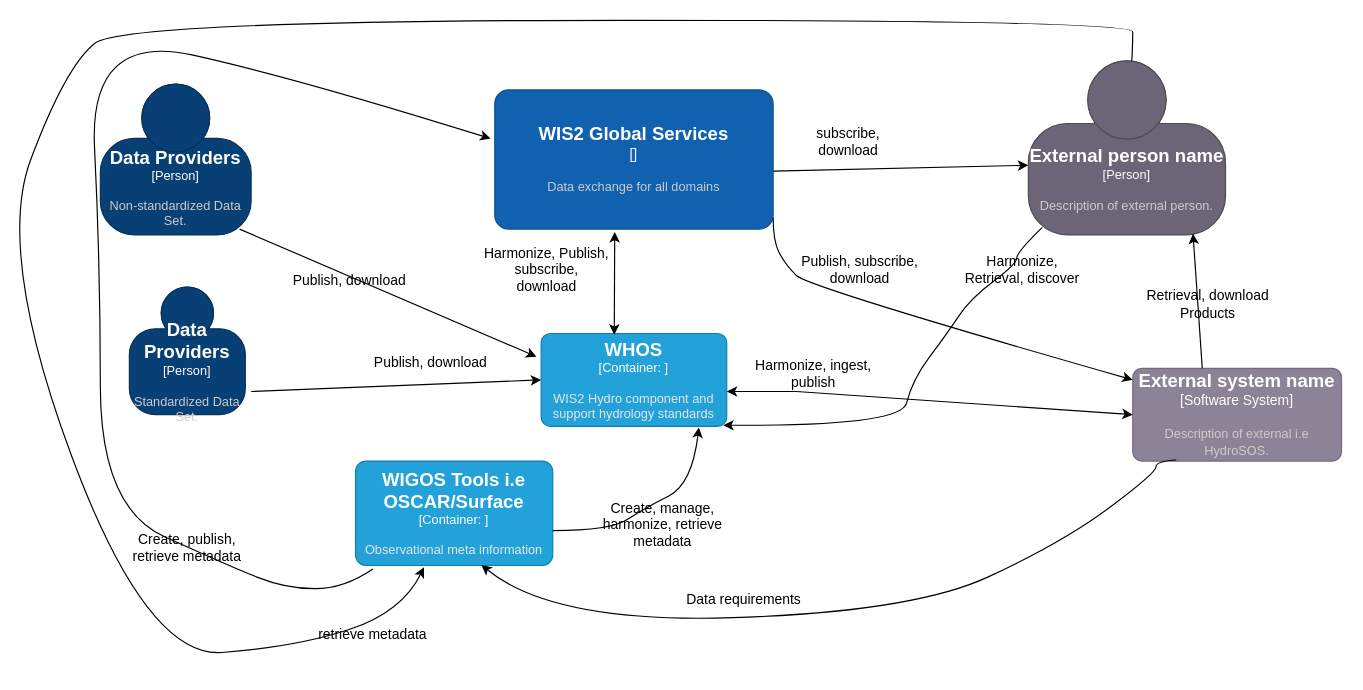
Before: page "Basic WHOS Hydrology Data Exchange and Interoperability" (4 of 4) of whos-architecture/WHOS New.drawio in wmo-im/tt-w4h, a draw.io diagram. Source tidied: cells renumbered, new cells numbered last; positions are measured from the earlier drawing's top-left corner, leaving out a move shared by most shapes. Both pictures are drawn from the tidied source at 116%, with x=0, y=0 at pixel (-5, 20).
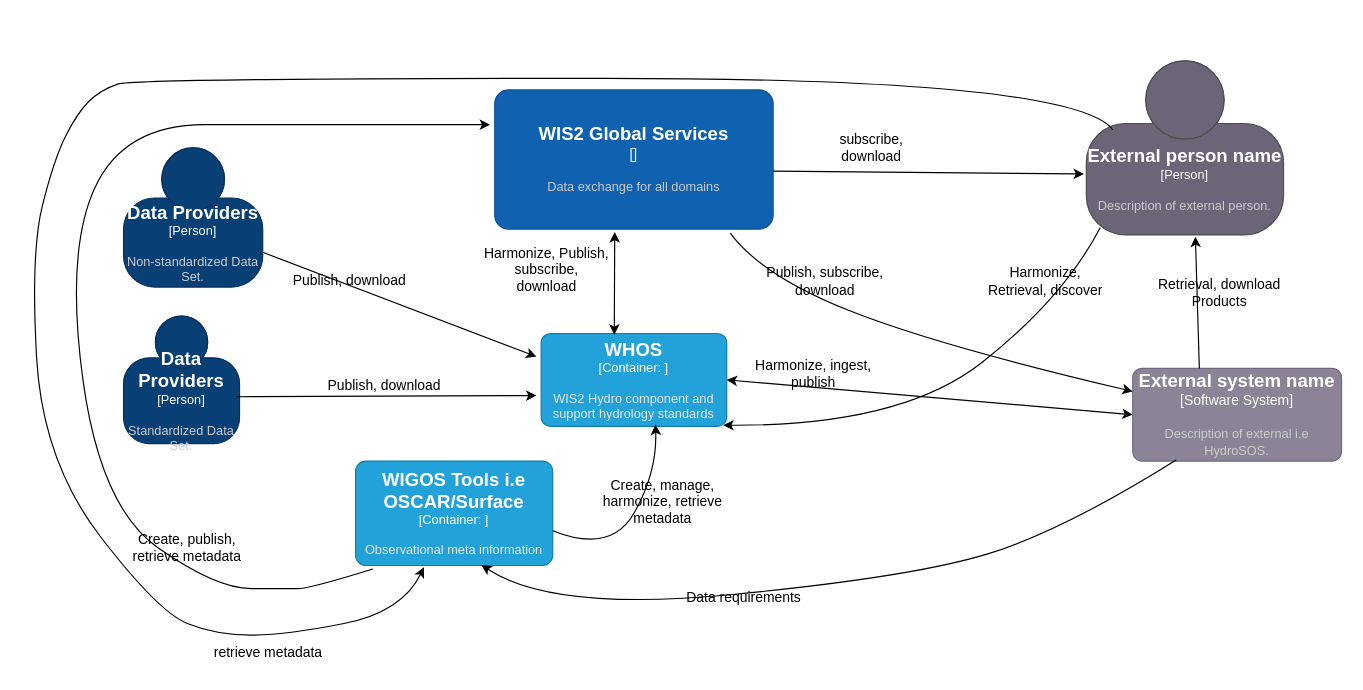
The same diagram, later.

The change refers to these unchanged cells:
```xml
<object id="4" label="&lt;font style=&quot;font-size: 16px&quot;&gt;&lt;b&gt;%c4Name%&lt;/b&gt;&lt;/font&gt;&lt;div&gt;[%c4Type%: %c4Technology%]&lt;/div&gt;&lt;br&gt;&lt;div&gt;&lt;font style=&quot;font-size: 11px&quot;&gt;&lt;font color=&quot;#E6E6E6&quot;&gt;%c4Description%&lt;/font&gt;&lt;/div&gt;" c4Description="WIS2 Hydro component and support hydrology standards" c4Name="WHOS" c4Technology="" c4Type="Container" placeholders="1">
  <mxCell style="rounded=1;whiteSpace=wrap;html=1;fontSize=11;labelBackgroundColor=none;fillColor=#23A2D9;fontColor=#ffffff;align=center;arcSize=10;strokeColor=#0E7DAD;points=[[0.25,0,0],[0.5,0,0],[0.75,0,0],[1,0.25,0],[1,0.5,0],[1,0.75,0],[0.75,1,0],[0.5,1,0],[0.25,1,0],[0,0.75,0],[0,0.5,0],[0,0.25,0]];" parent="1" vertex="1">
    <mxGeometry x="470" y="270" width="160" height="80" as="geometry" />
  </mxCell>
</object>
<object id="5" label="&lt;font style=&quot;font-size: 16px&quot;&gt;&lt;b&gt;%c4Name%&lt;/b&gt;&lt;/font&gt;&lt;div&gt;[%c4Type%]&lt;/div&gt;&lt;br&gt;&lt;div&gt;&lt;font style=&quot;font-size: 11px&quot;&gt;&lt;font color=&quot;#cccccc&quot;&gt;%c4Description%&lt;/font&gt;&lt;/div&gt;" c4Description="Data exchange for all domains" c4Name="WIS2 Global Services" c4Type="" placeholders="1">
  <mxCell style="rounded=1;whiteSpace=wrap;html=1;labelBackgroundColor=none;fillColor=#1061B0;fontColor=#ffffff;align=center;arcSize=10;strokeColor=#0D5091;points=[[0.25,0,0],[0.5,0,0],[0.75,0,0],[1,0.25,0],[1,0.5,0],[1,0.75,0],[0.75,1,0],[0.5,1,0],[0.25,1,0],[0,0.75,0],[0,0.5,0],[0,0.25,0]];" parent="1" vertex="1">
    <mxGeometry x="430" y="60" width="240" height="120" as="geometry" />
  </mxCell>
</object>
<object id="8" label="&lt;font style=&quot;font-size: 16px&quot;&gt;&lt;b&gt;%c4Name%&lt;/b&gt;&lt;/font&gt;&lt;div&gt;[%c4Type%]&lt;/div&gt;&lt;br&gt;&lt;div&gt;&lt;font style=&quot;font-size: 11px&quot;&gt;&lt;font color=&quot;#cccccc&quot;&gt;%c4Description%&lt;/font&gt;&lt;/div&gt;" c4Description="Description of external i.e HydroSOS." c4Name="External system name" c4Type="Software System" placeholders="1">
  <mxCell style="rounded=1;whiteSpace=wrap;html=1;labelBackgroundColor=none;fillColor=#8C8496;fontColor=#ffffff;align=center;arcSize=10;strokeColor=#736782;points=[[0.25,0,0],[0.5,0,0],[0.75,0,0],[1,0.25,0],[1,0.5,0],[1,0.75,0],[0.75,1,0],[0.5,1,0],[0.25,1,0],[0,0.75,0],[0,0.5,0],[0,0.25,0]];" parent="1" vertex="1">
    <mxGeometry x="980" y="300" width="180" height="80" as="geometry" />
  </mxCell>
</object>
<object id="21" label="&lt;font style=&quot;font-size: 16px&quot;&gt;&lt;b&gt;%c4Name%&lt;/b&gt;&lt;/font&gt;&lt;div&gt;[%c4Type%: %c4Technology%]&lt;/div&gt;&lt;br&gt;&lt;div&gt;&lt;font style=&quot;font-size: 11px&quot;&gt;&lt;font color=&quot;#E6E6E6&quot;&gt;%c4Description%&lt;/font&gt;&lt;/div&gt;" c4Description="Observational meta information" c4Name="WIGOS Tools i.e OSCAR/Surface" c4Technology="" c4Type="Container" placeholders="1">
  <mxCell style="rounded=1;whiteSpace=wrap;html=1;fontSize=11;labelBackgroundColor=none;fillColor=#23A2D9;fontColor=#ffffff;align=center;arcSize=10;strokeColor=#0E7DAD;points=[[0.25,0,0],[0.5,0,0],[0.75,0,0],[1,0.25,0],[1,0.5,0],[1,0.75,0],[0.75,1,0],[0.5,1,0],[0.25,1,0],[0,0.75,0],[0,0.5,0],[0,0.25,0]];" parent="1" vertex="1">
    <mxGeometry x="310" y="380" width="170" height="90" as="geometry" />
  </mxCell>
</object>
```

Diff of the diagram source:
```diff
@@
     <object id="2" label="&lt;font style=&quot;font-size: 16px&quot;&gt;&lt;b&gt;%c4Name%&lt;/b&gt;&lt;/font&gt;&lt;div&gt;[%c4Type%]&lt;/div&gt;&lt;br&gt;&lt;div&gt;&lt;font style=&quot;font-size: 11px&quot;&gt;&lt;font color=&quot;#cccccc&quot;&gt;%c4Description%&lt;/font&gt;&lt;/div&gt;" c4Description="Standardized Data Set." c4Name="Data Providers" c4Type="Person" placeholders="1">
       <mxCell style="html=1;fontSize=11;dashed=0;whiteSpace=wrap;fillColor=#083F75;strokeColor=#06315C;fontColor=#ffffff;shape=mxgraph.c4.person2;align=center;points=[[0.5,0,0],[1,0.5,0],[1,0.75,0],[0.75,1,0],[0.5,1,0],[0.25,1,0],[0,0.75,0],[0,0.5,0]];" parent="1" vertex="1">
-        <mxGeometry x="115" y="230" width="100" height="110" as="geometry" />
+        <mxGeometry x="110" y="255" width="100" height="110" as="geometry" />
       </mxCell>
     </object>
     <object id="3" label="&lt;font style=&quot;font-size: 16px&quot;&gt;&lt;b&gt;%c4Name%&lt;/b&gt;&lt;/font&gt;&lt;div&gt;[%c4Type%]&lt;/div&gt;&lt;br&gt;&lt;div&gt;&lt;font style=&quot;font-size: 11px&quot;&gt;&lt;font color=&quot;#cccccc&quot;&gt;%c4Description%&lt;/font&gt;&lt;/div&gt;" c4Description="Non-standardized  Data Set." c4Name="Data Providers" c4Type="Person" placeholders="1">
       <mxCell style="html=1;fontSize=11;dashed=0;whiteSpace=wrap;fillColor=#083F75;strokeColor=#06315C;fontColor=#ffffff;shape=mxgraph.c4.person2;align=center;points=[[0.5,0,0],[1,0.5,0],[1,0.75,0],[0.75,1,0],[0.5,1,0],[0.25,1,0],[0,0.75,0],[0,0.5,0]];" parent="1" vertex="1">
-        <mxGeometry x="90" y="55" width="130" height="130" as="geometry" />
+        <mxGeometry x="110" y="110" width="120" height="120" as="geometry" />
       </mxCell>
     </object>
@@
-    <mxCell id="6" style="endArrow=classic;html=1;rounded=0;entryX=-0.003;entryY=0.6;entryDx=0;entryDy=0;entryPerimeter=0;" parent="1" edge="1">
-      <mxGeometry relative="1" as="geometry">
-        <mxPoint x="220" y="320" as="sourcePoint" />
-        <mxPoint x="470" y="310" as="targetPoint" />
-      </mxGeometry>
+    <mxCell id="6" style="endArrow=classic;html=1;rounded=0;entryX=-0.025;entryY=0.669;entryDx=0;entryDy=0;entryPerimeter=0;exitX=0.975;exitY=0.632;exitDx=0;exitDy=0;exitPerimeter=0;" parent="1" edge="1" source="2" target="4">
+      <mxGeometry relative="1" as="geometry" />
     </mxCell>
     <object id="7" label="&lt;font style=&quot;font-size: 16px&quot;&gt;&lt;b&gt;%c4Name%&lt;/b&gt;&lt;/font&gt;&lt;div&gt;[%c4Type%]&lt;/div&gt;&lt;br&gt;&lt;div&gt;&lt;font style=&quot;font-size: 11px&quot;&gt;&lt;font color=&quot;#cccccc&quot;&gt;%c4Description%&lt;/font&gt;&lt;/div&gt;" c4Description="Description of external person." c4Name="External person name" c4Type="Person" placeholders="1">
       <mxCell style="html=1;fontSize=11;dashed=0;whiteSpace=wrap;fillColor=#6C6477;strokeColor=#4D4D4D;fontColor=#ffffff;shape=mxgraph.c4.person2;align=center;points=[[0.5,0,0],[1,0.5,0],[1,0.75,0],[0.75,1,0],[0.5,1,0],[0.25,1,0],[0,0.75,0],[0,0.5,0]];" parent="1" vertex="1">
-        <mxGeometry x="890" y="35" width="170" height="150" as="geometry" />
+        <mxGeometry x="940" y="35" width="170" height="150" as="geometry" />
       </mxCell>
     </object>
@@
-    <mxCell id="10" style="endArrow=classic;html=1;rounded=0;entryX=0;entryY=0.6;entryDx=0;entryDy=0;entryPerimeter=0;" parent="1" edge="1" target="7">
+    <mxCell id="10" style="endArrow=classic;html=1;rounded=0;entryX=-0.012;entryY=0.65;entryDx=0;entryDy=0;entryPerimeter=0;" parent="1" edge="1" target="7">
       <mxGeometry relative="1" as="geometry">
         <mxPoint x="670" y="130" as="sourcePoint" />
       </mxGeometry>
     </mxCell>
-    <mxCell id="11" style="endArrow=classic;startArrow=classic;html=1;rounded=0;entryX=0;entryY=0.5;entryDx=0;entryDy=0;entryPerimeter=0;" parent="1" edge="1" target="8">
-      <mxGeometry relative="1" as="geometry">
-        <mxPoint x="630" y="320" as="sourcePoint" />
-        <Array as="points">
-          <mxPoint x="690" y="320" />
-        </Array>
-      </mxGeometry>
+    <mxCell id="11" style="endArrow=classic;startArrow=classic;html=1;rounded=0;entryX=0;entryY=0.5;entryDx=0;entryDy=0;entryPerimeter=0;exitX=1;exitY=0.5;exitDx=0;exitDy=0;exitPerimeter=0;" parent="1" edge="1" source="4" target="8">
+      <mxGeometry relative="1" as="geometry" />
     </mxCell>
-    <mxCell id="12" style="curved=1;endArrow=classic;html=1;rounded=0;entryX=0;entryY=0.125;entryDx=0;entryDy=0;entryPerimeter=0;" parent="1" edge="1" target="8">
+    <mxCell id="12" style="curved=1;endArrow=classic;html=1;rounded=0;entryX=0;entryY=0.25;entryDx=0;entryDy=0;entryPerimeter=0;exitX=0.846;exitY=1.029;exitDx=0;exitDy=0;exitPerimeter=0;" parent="1" edge="1" source="5" target="8">
       <mxGeometry relative="1" as="geometry">
-        <mxPoint x="670" y="170" as="sourcePoint" />
         <Array as="points">
-          <mxPoint x="670" y="190" />
-          <mxPoint x="680" y="210" />
-          <mxPoint x="700" y="230" />
+          <mxPoint x="660" y="220" />
+          <mxPoint x="810" y="280" />
         </Array>
       </mxGeometry>
     </mxCell>
     <mxCell id="13" style="curved=1;endArrow=classic;html=1;rounded=0;entryX=0.981;entryY=0.988;entryDx=0;entryDy=0;entryPerimeter=0;exitX=0.071;exitY=0.957;exitDx=0;exitDy=0;exitPerimeter=0;" parent="1" edge="1" source="7" target="4">
       <mxGeometry relative="1" as="geometry">
         <Array as="points">
-          <mxPoint x="880" y="200" />
-          <mxPoint x="880" y="210" />
-          <mxPoint x="840" y="240" />
-          <mxPoint x="820" y="270" />
-          <mxPoint x="790" y="310" />
+          <mxPoint x="920" y="240" />
           <mxPoint x="780" y="350" />
         </Array>
       </mxGeometry>
     </mxCell>
     <mxCell id="14" value="Publish, download" style="text;html=1;whiteSpace=wrap;strokeColor=none;fillColor=none;align=center;verticalAlign=middle;rounded=0;" parent="1" vertex="1">
-      <mxGeometry x="320" y="280" width="110" height="30" as="geometry" />
+      <mxGeometry x="280" y="300" width="110" height="30" as="geometry" />
     </mxCell>
@@
     <mxCell id="17" value="Publish, subscribe, download" style="text;html=1;whiteSpace=wrap;strokeColor=none;fillColor=none;align=center;verticalAlign=middle;rounded=0;" parent="1" vertex="1">
-      <mxGeometry x="690" y="200" width="110" height="30" as="geometry" />
+      <mxGeometry x="660" y="210" width="110" height="30" as="geometry" />
     </mxCell>
     <mxCell id="18" value="subscribe, download" style="text;html=1;whiteSpace=wrap;strokeColor=none;fillColor=none;align=center;verticalAlign=middle;rounded=0;" parent="1" vertex="1">
-      <mxGeometry x="680" y="90" width="110" height="30" as="geometry" />
+      <mxGeometry x="700" y="95" width="110" height="30" as="geometry" />
     </mxCell>
     <mxCell id="19" value="Retrieval, download Products" style="text;html=1;whiteSpace=wrap;strokeColor=none;fillColor=none;align=center;verticalAlign=middle;rounded=0;" parent="1" vertex="1">
-      <mxGeometry x="990" y="230" width="110" height="30" as="geometry" />
+      <mxGeometry x="1000" y="220" width="110" height="30" as="geometry" />
     </mxCell>
     <mxCell id="20" value="Harmonize, Retrieval, discover" style="text;html=1;whiteSpace=wrap;strokeColor=none;fillColor=none;align=center;verticalAlign=middle;rounded=0;" parent="1" vertex="1">
-      <mxGeometry x="830" y="200" width="110" height="30" as="geometry" />
+      <mxGeometry x="850" y="210" width="110" height="30" as="geometry" />
     </mxCell>
@@
-    <mxCell id="22" style="curved=1;endArrow=classic;html=1;rounded=0;entryX=0.85;entryY=1.013;entryDx=0;entryDy=0;entryPerimeter=0;" parent="1" edge="1" target="4">
+    <mxCell id="22" style="curved=1;endArrow=classic;html=1;rounded=0;entryX=0.616;entryY=0.981;entryDx=0;entryDy=0;entryPerimeter=0;" parent="1" edge="1" target="4">
       <mxGeometry relative="1" as="geometry">
         <mxPoint x="480" y="440" as="sourcePoint" />
         <Array as="points">
-          <mxPoint x="530" y="440" />
-          <mxPoint x="560" y="420" />
-          <mxPoint x="600" y="400" />
+          <mxPoint x="530" y="460" />
+          <mxPoint x="570" y="390" />
         </Array>
       </mxGeometry>
     </mxCell>
     <mxCell id="23" value="Create, manage, harmonize, retrieve metadata" style="text;html=1;whiteSpace=wrap;strokeColor=none;fillColor=none;align=center;verticalAlign=middle;rounded=0;" parent="1" vertex="1">
-      <mxGeometry x="520" y="420" width="110" height="30" as="geometry" />
+      <mxGeometry x="520" y="400" width="110" height="30" as="geometry" />
     </mxCell>
-    <mxCell id="24" style="curved=1;endArrow=classic;html=1;rounded=0;exitX=0.088;exitY=1.033;exitDx=0;exitDy=0;exitPerimeter=0;entryX=-0.015;entryY=0.35;entryDx=0;entryDy=0;entryPerimeter=0;" parent="1" edge="1" source="21" target="5">
+    <mxCell id="24" style="curved=1;endArrow=classic;html=1;rounded=0;exitX=0.088;exitY=1.033;exitDx=0;exitDy=0;exitPerimeter=0;" parent="1" edge="1" source="21">
       <mxGeometry relative="1" as="geometry">
+        <mxPoint x="426" y="90" as="targetPoint" />
         <Array as="points">
-          <mxPoint x="300" y="490" />
+          <mxPoint x="270" y="490" />
           <mxPoint x="250" y="490" />
-          <mxPoint x="200" y="470" />
+          <mxPoint x="190" y="490" />
           <mxPoint x="90" y="420" />
-          <mxPoint x="90" y="210" />
-          <mxPoint x="80" y="10" />
-          <mxPoint x="260" y="50" />
+          <mxPoint x="60" y="200" />
+          <mxPoint x="110" y="90" />
+          <mxPoint x="250" y="90" />
         </Array>
       </mxGeometry>
     </mxCell>
@@
     <mxCell id="26" style="curved=1;endArrow=classic;html=1;rounded=0;entryX=0.638;entryY=0.994;entryDx=0;entryDy=0;entryPerimeter=0;exitX=0.208;exitY=0.988;exitDx=0;exitDy=0;exitPerimeter=0;" parent="1" edge="1" source="8" target="21">
       <mxGeometry relative="1" as="geometry">
         <Array as="points">
-          <mxPoint x="1000" y="380" />
-          <mxPoint x="1000" y="390" />
-          <mxPoint x="920" y="450" />
-          <mxPoint x="790" y="510" />
-          <mxPoint x="480" y="520" />
+          <mxPoint x="920" y="440" />
+          <mxPoint x="790" y="480" />
+          <mxPoint x="480" y="510" />
         </Array>
       </mxGeometry>
     </mxCell>
-    <mxCell id="27" style="curved=1;endArrow=classic;html=1;rounded=0;entryX=0.347;entryY=1.017;entryDx=0;entryDy=0;entryPerimeter=0;" parent="1" edge="1" source="7" target="21">
+    <mxCell id="27" style="curved=1;endArrow=classic;html=1;rounded=0;entryX=0.347;entryY=1.017;entryDx=0;entryDy=0;entryPerimeter=0;exitX=0.135;exitY=0.397;exitDx=0;exitDy=0;exitPerimeter=0;" parent="1" edge="1" source="7" target="21">
       <mxGeometry relative="1" as="geometry">
         <Array as="points">
-          <mxPoint x="980" y="20" />
-          <mxPoint x="980" />
-          <mxPoint x="110" />
-          <mxPoint x="60" y="40" />
-          <mxPoint y="200" />
-          <mxPoint x="130" y="550" />
-          <mxPoint x="260" y="540" />
+          <mxPoint x="930" y="50" />
+          <mxPoint x="120" y="50" />
+          <mxPoint x="90" y="60" />
+          <mxPoint x="70" y="80" />
+          <mxPoint x="50" y="120" />
+          <mxPoint x="30" y="200" />
+          <mxPoint x="40" y="380" />
+          <mxPoint x="140" y="510" />
+          <mxPoint x="190" y="530" />
+          <mxPoint x="250" y="530" />
           <mxPoint x="350" y="510" />
         </Array>
       </mxGeometry>
     </mxCell>
     <mxCell id="28" value="retrieve metadata" style="text;html=1;whiteSpace=wrap;strokeColor=none;fillColor=none;align=center;verticalAlign=middle;rounded=0;" parent="1" vertex="1">
-      <mxGeometry x="270" y="515" width="110" height="30" as="geometry" />
+      <mxGeometry x="180" y="530" width="110" height="30" as="geometry" />
     </mxCell>
     <mxCell id="29" value="Data requirements" style="text;html=1;whiteSpace=wrap;strokeColor=none;fillColor=none;align=center;verticalAlign=middle;rounded=0;" parent="1" vertex="1">
-      <mxGeometry x="590" y="485" width="110" height="30" as="geometry" />
+      <mxGeometry x="590" y="480" width="110" height="35" as="geometry" />
     </mxCell>
-    <mxCell id="30" style="endArrow=classic;html=1;rounded=0;" parent="1" edge="1">
+    <mxCell id="30" style="endArrow=classic;html=1;rounded=0;exitX=1;exitY=0.75;exitDx=0;exitDy=0;exitPerimeter=0;" parent="1" edge="1" source="3">
       <mxGeometry relative="1" as="geometry">
-        <mxPoint x="210" y="180" as="sourcePoint" />
         <mxPoint x="466" y="290" as="targetPoint" />
       </mxGeometry>
     </mxCell>
@@
-    <mxCell id="32" style="endArrow=classic;html=1;rounded=0;exitX=0.333;exitY=0;exitDx=0;exitDy=0;exitPerimeter=0;entryX=0.835;entryY=0.993;entryDx=0;entryDy=0;entryPerimeter=0;" parent="1" edge="1" source="8" target="7">
+    <mxCell id="32" style="endArrow=classic;html=1;rounded=0;exitX=0.319;exitY=0;exitDx=0;exitDy=0;exitPerimeter=0;entryX=0.553;entryY=1.01;entryDx=0;entryDy=0;entryPerimeter=0;" parent="1" edge="1" source="8" target="7">
       <mxGeometry relative="1" as="geometry" />
     </mxCell>
```
